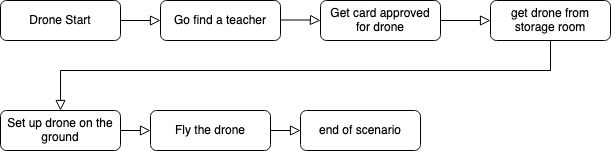
This is docs/img/PNGS TECHNICAL/Drone.png from Louis-de-Lavenne-de-Choulot/ALGOSUP_2022_Project_4_F, a draw.io export, as it was before one commit. Source tidied: cells renumbered, new cells last; positions are measured from the earlier drawing's top-left corner, leaving out a move shared by most shapes.
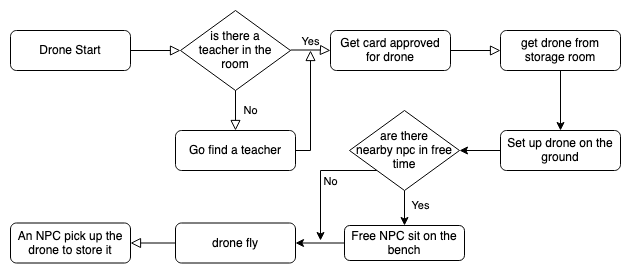
The same file after the commit.

What changed in the source:
```diff
@@ -2,16 +2,14 @@
   <root>
     <mxCell id="0" />
     <mxCell id="1" parent="0" />
-    <mxCell id="2" style="rounded=0;html=1;jettySize=auto;fontSize=11;endArrow=block;endFill=0;endSize=8;strokeWidth=1;shadow=0;labelBackgroundColor=none;edgeStyle=orthogonalEdgeStyle;exitX=1;exitY=0.5;exitDx=0;exitDy=0;" parent="1" edge="1" source="3">
-      <mxGeometry relative="1" as="geometry">
-        <mxPoint x="160" y="20" as="targetPoint" />
-      </mxGeometry>
+    <mxCell id="2" style="rounded=0;html=1;jettySize=auto;fontSize=11;endArrow=block;endFill=0;endSize=8;strokeWidth=1;shadow=0;labelBackgroundColor=none;edgeStyle=orthogonalEdgeStyle;exitX=1;exitY=0.5;exitDx=0;exitDy=0;entryX=0;entryY=0.5;entryDx=0;entryDy=0;" parent="1" edge="1" source="3" target="16">
+      <mxGeometry relative="1" as="geometry" />
     </mxCell>
     <mxCell id="3" value="Drone Start" style="rounded=1;whiteSpace=wrap;html=1;fontSize=12;glass=0;strokeWidth=1;shadow=0;" parent="1" vertex="1">
       <mxGeometry width="120" height="40" as="geometry" />
     </mxCell>
     <mxCell id="4" value="Go find a teacher" style="rounded=1;whiteSpace=wrap;html=1;fontSize=12;glass=0;strokeWidth=1;shadow=0;" parent="1" vertex="1">
-      <mxGeometry x="160" width="120" height="40" as="geometry" />
+      <mxGeometry x="165" y="100" width="120" height="40" as="geometry" />
     </mxCell>
     <mxCell id="5" value="&lt;div&gt;Get card approved&lt;/div&gt;&lt;div&gt;for drone&lt;br&gt;&lt;/div&gt;" style="rounded=1;whiteSpace=wrap;html=1;fontSize=12;glass=0;strokeWidth=1;shadow=0;" parent="1" vertex="1">
       <mxGeometry x="320" width="120" height="40" as="geometry" />
@@ -21,41 +19,68 @@
         <mxPoint x="490" y="20" as="targetPoint" />
       </mxGeometry>
     </mxCell>
+    <mxCell id="8" style="edgeStyle=orthogonalEdgeStyle;rounded=0;jettySize=auto;html=1;" parent="1" edge="1" source="7" target="9">
+      <mxGeometry relative="1" as="geometry" />
+    </mxCell>
     <mxCell id="7" value="get drone from storage room" style="rounded=1;whiteSpace=wrap;html=1;fontSize=12;glass=0;strokeWidth=1;shadow=0;" parent="1" vertex="1">
       <mxGeometry x="490" width="120" height="40" as="geometry" />
     </mxCell>
-    <mxCell id="8" style="edgeStyle=orthogonalEdgeStyle;rounded=0;html=1;jettySize=auto;fontSize=11;endArrow=block;endFill=0;endSize=8;strokeWidth=1;shadow=0;labelBackgroundColor=none;exitX=0.5;exitY=1;exitDx=0;exitDy=0;entryX=0.5;entryY=0;entryDx=0;entryDy=0;" parent="1" edge="1" source="7" target="9">
-      <mxGeometry y="10" relative="1" as="geometry">
-        <Array as="points">
-          <mxPoint x="550" y="70" />
-          <mxPoint x="60" y="70" />
-        </Array>
-      </mxGeometry>
-    </mxCell>
+    <mxCell id="15" style="edgeStyle=orthogonalEdgeStyle;rounded=0;jettySize=auto;html=1;" parent="1" edge="1" source="9" target="21">
+      <mxGeometry relative="1" as="geometry" />
+    </mxCell>
     <mxCell id="9" value="Set up drone on the ground" style="rounded=1;whiteSpace=wrap;html=1;fontSize=12;glass=0;strokeWidth=1;shadow=0;" parent="1" vertex="1">
-      <mxGeometry y="110" width="120" height="40" as="geometry" />
+      <mxGeometry x="490" y="100" width="120" height="40" as="geometry" />
     </mxCell>
-    <mxCell id="10" style="rounded=0;html=1;jettySize=auto;fontSize=11;endArrow=block;endFill=0;endSize=8;strokeWidth=1;shadow=0;labelBackgroundColor=none;edgeStyle=orthogonalEdgeStyle;exitX=1;exitY=0.5;exitDx=0;exitDy=0;entryX=0;entryY=0.5;entryDx=0;entryDy=0;" parent="1" edge="1" source="9" target="11">
-      <mxGeometry y="20" relative="1" as="geometry" />
-    </mxCell>
-    <mxCell id="11" value="Fly the drone" style="rounded=1;whiteSpace=wrap;html=1;fontSize=12;glass=0;strokeWidth=1;shadow=0;" parent="1" vertex="1">
-      <mxGeometry x="150" y="110" width="120" height="40" as="geometry" />
+    <mxCell id="11" value="drone fly" style="rounded=1;whiteSpace=wrap;html=1;fontSize=12;glass=0;strokeWidth=1;shadow=0;" parent="1" vertex="1">
+      <mxGeometry x="165" y="192.5" width="120" height="40" as="geometry" />
     </mxCell>
-    <mxCell id="12" style="rounded=0;html=1;jettySize=auto;fontSize=11;endArrow=block;endFill=0;endSize=8;strokeWidth=1;shadow=0;labelBackgroundColor=none;edgeStyle=orthogonalEdgeStyle;exitX=1;exitY=0.5;exitDx=0;exitDy=0;entryX=0;entryY=0.5;entryDx=0;entryDy=0;" parent="1" edge="1" source="11" target="13">
+    <mxCell id="12" style="rounded=0;html=1;jettySize=auto;fontSize=11;endArrow=block;endFill=0;endSize=8;strokeWidth=1;shadow=0;labelBackgroundColor=none;edgeStyle=orthogonalEdgeStyle;exitX=0;exitY=0.5;exitDx=0;exitDy=0;entryX=1;entryY=0.5;entryDx=0;entryDy=0;" parent="1" edge="1" source="11" target="13">
       <mxGeometry y="20" relative="1" as="geometry" />
     </mxCell>
-    <mxCell id="13" value="end of scenario" style="rounded=1;whiteSpace=wrap;html=1;fontSize=12;glass=0;strokeWidth=1;shadow=0;" parent="1" vertex="1">
-      <mxGeometry x="300" y="110" width="120" height="40" as="geometry" />
+    <mxCell id="13" value="An NPC pick up the drone to store it" style="rounded=1;whiteSpace=wrap;html=1;fontSize=12;glass=0;strokeWidth=1;shadow=0;" parent="1" vertex="1">
+      <mxGeometry y="192.5" width="120" height="40" as="geometry" />
     </mxCell>
-    <mxCell id="14" style="rounded=0;html=1;jettySize=auto;orthogonalLoop=1;fontSize=11;endArrow=block;endFill=0;endSize=8;strokeWidth=1;shadow=0;labelBackgroundColor=none;edgeStyle=orthogonalEdgeStyle;exitX=1;exitY=0.5;exitDx=0;exitDy=0;" parent="1" edge="1">
-      <mxGeometry relative="1" as="geometry">
+    <mxCell id="14" value="Yes" style="rounded=0;html=1;jettySize=auto;orthogonalLoop=1;fontSize=11;endArrow=block;endFill=0;endSize=8;strokeWidth=1;shadow=0;labelBackgroundColor=none;edgeStyle=orthogonalEdgeStyle;exitX=1;exitY=0.5;exitDx=0;exitDy=0;" parent="1" edge="1">
+      <mxGeometry y="10" relative="1" as="geometry">
         <mxPoint x="280" y="19.5" as="sourcePoint" />
         <mxPoint x="320" y="20" as="targetPoint" />
         <Array as="points">
           <mxPoint x="310" y="20" />
           <mxPoint x="310" y="20" />
         </Array>
+        <mxPoint y="1" as="offset" />
       </mxGeometry>
     </mxCell>
+    <mxCell id="16" value="&lt;div&gt;is there a &lt;br&gt;&lt;/div&gt;&lt;div&gt;teacher in the &lt;br&gt;&lt;/div&gt;&lt;div&gt;room&lt;br&gt;&lt;/div&gt;" style="rhombus;whiteSpace=wrap;html=1;" parent="1" vertex="1">
+      <mxGeometry x="170" y="-20" width="110" height="80" as="geometry" />
+    </mxCell>
+    <mxCell id="17" value="No" style="rounded=0;html=1;jettySize=auto;fontSize=11;endArrow=block;endFill=0;endSize=8;strokeWidth=1;shadow=0;labelBackgroundColor=none;edgeStyle=orthogonalEdgeStyle;exitX=0.5;exitY=1;exitDx=0;exitDy=0;entryX=0.5;entryY=0;entryDx=0;entryDy=0;" parent="1" edge="1" source="16" target="4">
+      <mxGeometry y="15" relative="1" as="geometry" />
+    </mxCell>
+    <mxCell id="18" style="rounded=0;html=1;jettySize=auto;fontSize=11;endArrow=block;endFill=0;endSize=8;strokeWidth=1;shadow=0;labelBackgroundColor=none;edgeStyle=orthogonalEdgeStyle;exitX=1;exitY=0.5;exitDx=0;exitDy=0;" parent="1" edge="1" source="4">
+      <mxGeometry relative="1" as="geometry">
+        <mxPoint x="300" y="20" as="targetPoint" />
+        <Array as="points">
+          <mxPoint x="300" y="120" />
+        </Array>
+      </mxGeometry>
+    </mxCell>
+    <mxCell id="19" value="Yes" style="edgeStyle=orthogonalEdgeStyle;rounded=0;jettySize=auto;html=1;" parent="1" edge="1" source="21" target="23">
+      <mxGeometry x="0.11" y="16" relative="1" as="geometry" />
+    </mxCell>
+    <mxCell id="20" value="No" style="edgeStyle=orthogonalEdgeStyle;rounded=0;jettySize=auto;html=1;exitX=0;exitY=1;exitDx=0;exitDy=0;" parent="1" edge="1" source="21">
+      <mxGeometry x="0.05" y="10" relative="1" as="geometry">
+        <mxPoint x="310" y="210" as="targetPoint" />
+      </mxGeometry>
+    </mxCell>
+    <mxCell id="21" value="&lt;div&gt;are there &lt;br&gt;&lt;/div&gt;&lt;div&gt;nearby npc in free&lt;/div&gt;&lt;div&gt;time&lt;br&gt;&lt;/div&gt;" style="rhombus;whiteSpace=wrap;html=1;" parent="1" vertex="1">
+      <mxGeometry x="339" y="80" width="110" height="80" as="geometry" />
+    </mxCell>
+    <mxCell id="22" style="edgeStyle=orthogonalEdgeStyle;rounded=0;jettySize=auto;html=1;" parent="1" edge="1" source="23" target="11">
+      <mxGeometry relative="1" as="geometry" />
+    </mxCell>
+    <mxCell id="23" value="Free NPC sit on the bench" style="rounded=1;whiteSpace=wrap;html=1;" parent="1" vertex="1">
+      <mxGeometry x="334" y="195" width="120" height="35" as="geometry" />
+    </mxCell>
   </root>
 </mxGraphModel>
```
